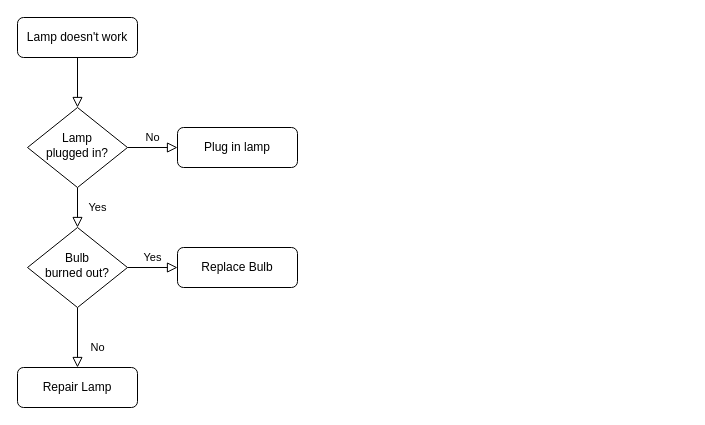
NefertariTraveler/JdbcHomeWork keeps this draw.io diagram as web/webHook.drawio. Above is the earlier version. Source tidied: cells renumbered, new cells numbered last; positions are measured from the earlier drawing's top-left corner, leaving out a move shared by most shapes. Both pictures are drawn from the tidied source at 100%, with x=0, y=0 at pixel (17, 17).
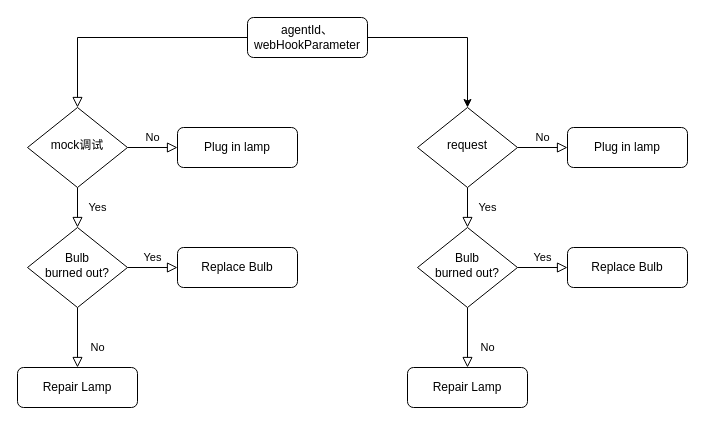
After the change.

The edit, as a diff of the source:
```diff
@@
+    <mxCell id="13" style="edgeStyle=orthogonalEdgeStyle;rounded=0;jettySize=auto;html=1;entryX=0.5;entryY=0;entryDx=0;entryDy=0;" parent="1" edge="1" source="3" target="16">
+      <mxGeometry relative="1" as="geometry" />
+    </mxCell>
-    <mxCell id="3" value="Lamp doesn't work" style="rounded=1;whiteSpace=wrap;html=1;fontSize=12;glass=0;strokeWidth=1;shadow=0;" parent="1" vertex="1">
-      <mxGeometry width="120" height="40" as="geometry" />
+    <mxCell id="3" value="agentId、webHookParameter" style="rounded=1;whiteSpace=wrap;html=1;fontSize=12;glass=0;strokeWidth=1;shadow=0;" parent="1" vertex="1">
+      <mxGeometry x="230" width="120" height="40" as="geometry" />
     </mxCell>
@@
-    <mxCell id="6" value="Lamp&lt;br&gt;plugged in?" style="rhombus;whiteSpace=wrap;html=1;shadow=0;fontFamily=Helvetica;fontSize=12;align=center;strokeWidth=1;spacing=6;spacingTop=-4;" parent="1" vertex="1">
+    <mxCell id="6" value="mock调试" style="rhombus;whiteSpace=wrap;html=1;shadow=0;fontFamily=Helvetica;fontSize=12;align=center;strokeWidth=1;spacing=6;spacingTop=-4;" parent="1" vertex="1">
       <mxGeometry x="10" y="90" width="100" height="80" as="geometry" />
     </mxCell>
@@
+    <mxCell id="14" value="Yes" style="rounded=0;html=1;jettySize=auto;fontSize=11;endArrow=block;endFill=0;endSize=8;strokeWidth=1;shadow=0;labelBackgroundColor=none;edgeStyle=orthogonalEdgeStyle;" parent="1" edge="1" source="16" target="20">
+      <mxGeometry y="20" relative="1" as="geometry" />
+    </mxCell>
+    <mxCell id="15" value="No" style="edgeStyle=orthogonalEdgeStyle;rounded=0;html=1;jettySize=auto;fontSize=11;endArrow=block;endFill=0;endSize=8;strokeWidth=1;shadow=0;labelBackgroundColor=none;" parent="1" edge="1" source="16" target="17">
+      <mxGeometry y="10" relative="1" as="geometry" />
+    </mxCell>
+    <mxCell id="16" value="request" style="rhombus;whiteSpace=wrap;html=1;shadow=0;fontFamily=Helvetica;fontSize=12;align=center;strokeWidth=1;spacing=6;spacingTop=-4;" parent="1" vertex="1">
+      <mxGeometry x="400" y="90" width="100" height="80" as="geometry" />
+    </mxCell>
+    <mxCell id="17" value="Plug in lamp" style="rounded=1;whiteSpace=wrap;html=1;fontSize=12;glass=0;strokeWidth=1;shadow=0;" parent="1" vertex="1">
+      <mxGeometry x="550" y="110" width="120" height="40" as="geometry" />
+    </mxCell>
+    <mxCell id="18" value="No" style="rounded=0;html=1;jettySize=auto;fontSize=11;endArrow=block;endFill=0;endSize=8;strokeWidth=1;shadow=0;labelBackgroundColor=none;edgeStyle=orthogonalEdgeStyle;" parent="1" edge="1" source="20" target="21">
+      <mxGeometry x="0.33" y="20" relative="1" as="geometry" />
+    </mxCell>
+    <mxCell id="19" value="Yes" style="edgeStyle=orthogonalEdgeStyle;rounded=0;html=1;jettySize=auto;fontSize=11;endArrow=block;endFill=0;endSize=8;strokeWidth=1;shadow=0;labelBackgroundColor=none;" parent="1" edge="1" source="20" target="22">
+      <mxGeometry y="10" relative="1" as="geometry" />
+    </mxCell>
+    <mxCell id="20" value="Bulb&lt;br&gt;burned out?" style="rhombus;whiteSpace=wrap;html=1;shadow=0;fontFamily=Helvetica;fontSize=12;align=center;strokeWidth=1;spacing=6;spacingTop=-4;" parent="1" vertex="1">
+      <mxGeometry x="400" y="210" width="100" height="80" as="geometry" />
+    </mxCell>
+    <mxCell id="21" value="Repair Lamp" style="rounded=1;whiteSpace=wrap;html=1;fontSize=12;glass=0;strokeWidth=1;shadow=0;" parent="1" vertex="1">
+      <mxGeometry x="390" y="350" width="120" height="40" as="geometry" />
+    </mxCell>
+    <mxCell id="22" value="Replace Bulb" style="rounded=1;whiteSpace=wrap;html=1;fontSize=12;glass=0;strokeWidth=1;shadow=0;" parent="1" vertex="1">
+      <mxGeometry x="550" y="230" width="120" height="40" as="geometry" />
+    </mxCell>
```
